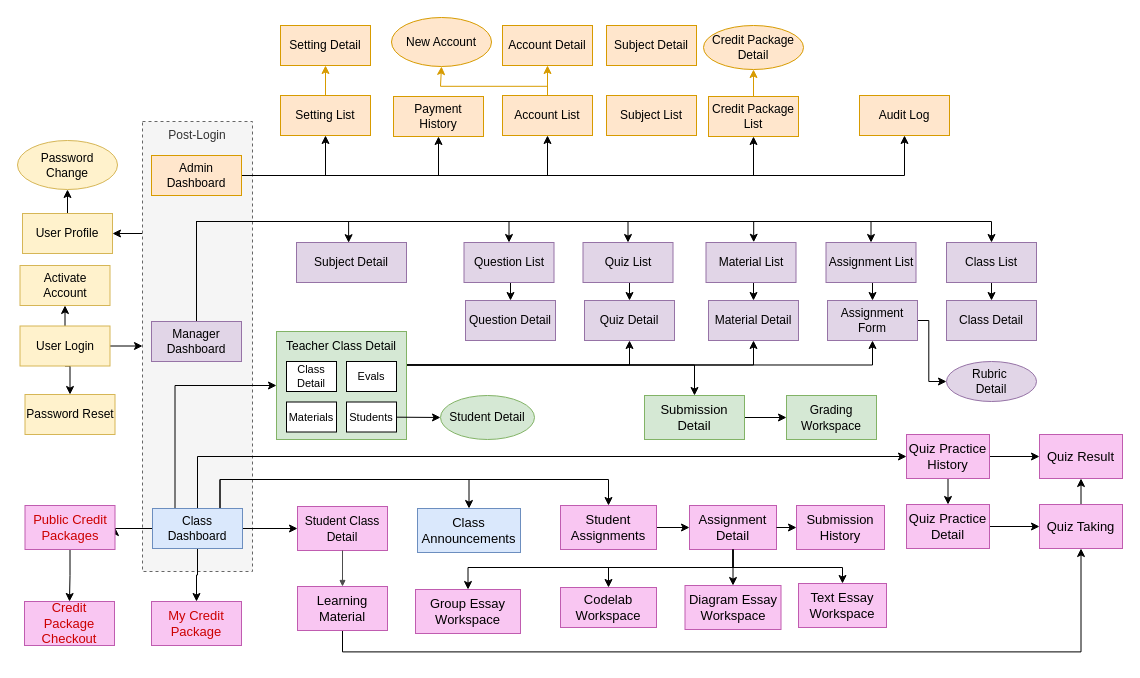
The draw.io diagram page "Page-2" (2 of 2) of docs/G21_Diagrams.drawio in hygef-v4/AI-Powered-Learning-Platform, before the edit. Source tidied: cells renumbered, new cells numbered last; positions are measured from the earlier drawing's top-left corner, leaving out a move shared by most shapes. Both pictures are drawn from the tidied source at 100%, with x=0, y=0 at pixel (17, 17).
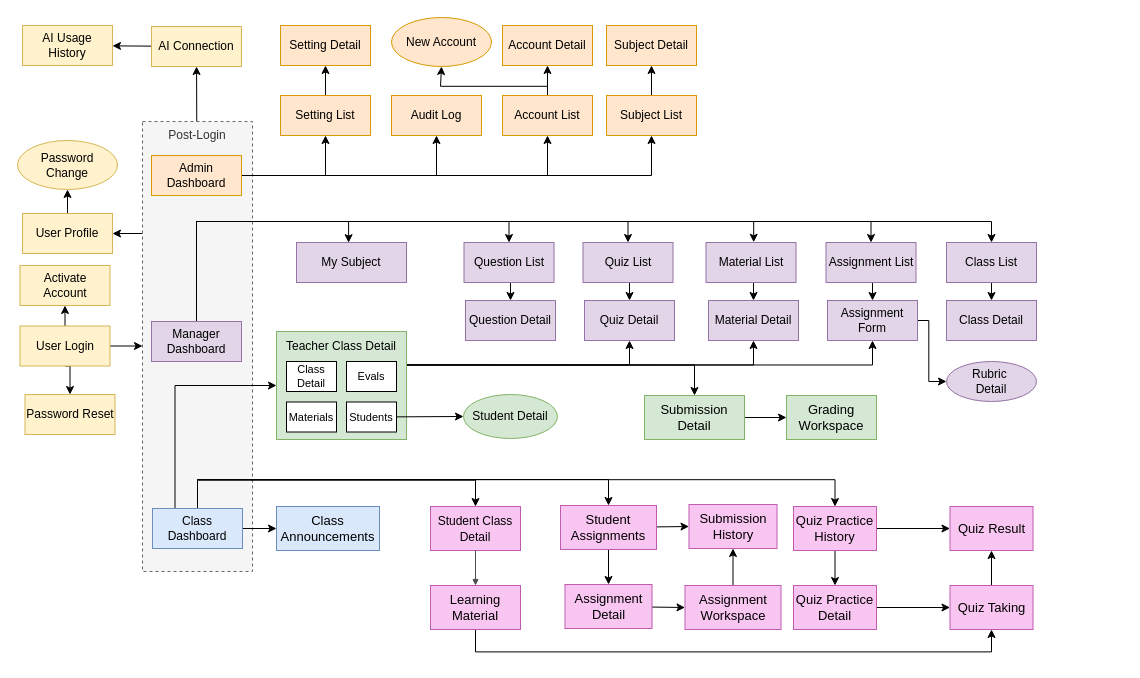
The same diagram, later.

Unchanged cells that the change refers to:
```xml
<mxCell id="8" value="Post-Login" style="rounded=0;whiteSpace=wrap;html=1;verticalAlign=top;dashed=1;points=[[0,0,0,0,0],[0,0.13,0,0,0],[0,0.25,0,0,0],[0,0.38,0,0,0],[0,0.5,0,0,0],[0,0.62,0,0,0],[0,0.75,0,0,0],[0,0.88,0,0,0],[0,1,0,0,0],[0.5,0,0,0,0],[0.5,1,0,0,0],[1,0,0,0,0],[1,0.25,0,0,0],[1,0.5,0,0,0],[1,0.75,0,0,0],[1,1,0,0,0]];fillColor=#f5f5f5;fontColor=#333333;strokeColor=#666666;" parent="1" vertex="1">
  <mxGeometry x="125" y="104" width="110" height="450" as="geometry" />
</mxCell>
<mxCell id="14" value="Admin Dashboard" style="rounded=0;whiteSpace=wrap;html=1;fillColor=#ffe6cc;strokeColor=#d79b00;" parent="1" vertex="1">
  <mxGeometry x="134" y="138" width="90" height="40" as="geometry" />
</mxCell>
<mxCell id="22" value="Class Dashboard" style="rounded=0;whiteSpace=wrap;html=1;fillColor=#dae8fc;strokeColor=#6c8ebf;" parent="1" vertex="1">
  <mxGeometry x="135" y="491" width="90" height="40" as="geometry" />
</mxCell>
<mxCell id="31" value="Setting List" style="rounded=0;whiteSpace=wrap;html=1;fillColor=#ffe6cc;strokeColor=#d79b00;" parent="1" vertex="1">
  <mxGeometry x="263" y="78" width="90" height="40" as="geometry" />
</mxCell>
<mxCell id="32" value="Setting Detail" style="rounded=0;whiteSpace=wrap;html=1;fillColor=#ffe6cc;strokeColor=#d79b00;" parent="1" vertex="1">
  <mxGeometry x="263" y="8" width="90" height="40" as="geometry" />
</mxCell>
<mxCell id="35" value="Account List" style="rounded=0;whiteSpace=wrap;html=1;fillColor=#ffe6cc;strokeColor=#d79b00;" parent="1" vertex="1">
  <mxGeometry x="485" y="78" width="90" height="40" as="geometry" />
</mxCell>
<mxCell id="36" value="Account Detail" style="rounded=0;whiteSpace=wrap;html=1;fillColor=#ffe6cc;strokeColor=#d79b00;" parent="1" vertex="1">
  <mxGeometry x="485" y="8" width="90" height="40" as="geometry" />
</mxCell>
<mxCell id="37" value="New Account" style="ellipse;whiteSpace=wrap;html=1;fillColor=#ffe6cc;strokeColor=#d79b00;" parent="1" vertex="1">
  <mxGeometry x="374" width="100" height="49" as="geometry" />
</mxCell>
<mxCell id="62" value="Student Assignments" style="rounded=0;whiteSpace=wrap;html=1;fillColor=#F9C6F2;strokeColor=#C05CB0;fontSize=13;fontStyle=0;fontColor=#000000;" parent="1" vertex="1">
  <mxGeometry x="543" y="488" width="96" height="44" as="geometry" />
</mxCell>
<mxCell id="109" value="Subject List" style="rounded=0;whiteSpace=wrap;html=1;fillColor=#ffe6cc;strokeColor=#d79b00;" parent="1" vertex="1">
  <mxGeometry x="589" y="78" width="90" height="40" as="geometry" />
</mxCell>
<mxCell id="110" value="Subject Detail" style="rounded=0;whiteSpace=wrap;html=1;fillColor=#ffe6cc;strokeColor=#d79b00;" parent="1" vertex="1">
  <mxGeometry x="589" y="8" width="90" height="40" as="geometry" />
</mxCell>
```

Diff of the diagram source:
```diff
@@
+    <mxCell id="111" style="edgeStyle=none;html=1;" parent="1" edge="1" source="8" target="117">
+      <mxGeometry relative="1" as="geometry" />
+    </mxCell>
@@
-    <mxCell id="11" style="edgeStyle=orthogonalEdgeStyle;rounded=0;jettySize=auto;html=1;exitX=1;exitY=0.5;exitDx=0;exitDy=0;entryX=0.5;entryY=1;entryDx=0;entryDy=0;" parent="1" edge="1" source="14" target="44">
-      <mxGeometry relative="1" as="geometry" />
-    </mxCell>
@@
-    <mxCell id="13" style="edgeStyle=orthogonalEdgeStyle;rounded=0;jettySize=auto;html=1;exitX=1;exitY=0.5;exitDx=0;exitDy=0;entryX=0.5;entryY=1;entryDx=0;entryDy=0;" parent="1" edge="1" source="14" target="39">
-      <mxGeometry relative="1" as="geometry" />
-    </mxCell>
+    <mxCell id="112" style="edgeStyle=orthogonalEdgeStyle;html=1;entryX=0.5;entryY=1;entryDx=0;entryDy=0;rounded=0;curved=0;" parent="1" edge="1" source="14" target="109">
+      <mxGeometry relative="1" as="geometry" />
+    </mxCell>
@@
-    <mxCell id="15" style="edgeStyle=orthogonalEdgeStyle;rounded=0;jettySize=auto;html=1;exitX=1;exitY=0.5;exitDx=0;exitDy=0;entryX=0;entryY=0.5;entryDx=0;entryDy=0;" parent="1" edge="1" source="22" target="57">
-      <mxGeometry relative="1" as="geometry" />
+    <mxCell id="15" style="edgeStyle=orthogonalEdgeStyle;rounded=0;jettySize=auto;html=1;exitX=0.5;exitY=0;exitDx=0;exitDy=0;entryX=0.5;entryY=0;entryDx=0;entryDy=0;" parent="1" edge="1" source="22" target="57">
+      <mxGeometry relative="1" as="geometry">
+        <Array as="points">
+          <mxPoint x="180" y="462.7" />
+          <mxPoint x="458" y="462.7" />
+        </Array>
+      </mxGeometry>
     </mxCell>
-    <mxCell id="16" style="edgeStyle=orthogonalEdgeStyle;rounded=0;jettySize=auto;html=1;exitX=0.75;exitY=0;exitDx=0;exitDy=0;entryX=0.5;entryY=0;entryDx=0;entryDy=0;" parent="1" edge="1" source="22" target="60">
-      <mxGeometry relative="1" as="geometry">
-        <Array as="points">
-          <mxPoint x="203" y="462" />
-          <mxPoint x="451" y="462" />
-        </Array>
-      </mxGeometry>
-    </mxCell>
     <mxCell id="17" style="edgeStyle=orthogonalEdgeStyle;rounded=0;jettySize=auto;html=1;exitX=0.75;exitY=0;exitDx=0;exitDy=0;entryX=0.5;entryY=0;entryDx=0;entryDy=0;" parent="1" edge="1" source="22" target="62">
       <mxGeometry relative="1" as="geometry">
         <Array as="points">
-          <mxPoint x="203" y="462" />
+          <mxPoint x="180" y="491" />
+          <mxPoint x="180" y="462" />
           <mxPoint x="591" y="462" />
         </Array>
       </mxGeometry>
     </mxCell>
@@
-    <mxCell id="19" style="edgeStyle=orthogonalEdgeStyle;rounded=0;jettySize=auto;html=1;exitX=0.5;exitY=0;exitDx=0;exitDy=0;entryX=0;entryY=0.5;entryDx=0;entryDy=0;" parent="1" edge="1" source="22" target="91">
-      <mxGeometry relative="1" as="geometry" />
+    <mxCell id="19" style="edgeStyle=orthogonalEdgeStyle;rounded=0;jettySize=auto;html=1;exitX=0.5;exitY=0;exitDx=0;exitDy=0;entryX=0.5;entryY=0;entryDx=0;entryDy=0;" parent="1" edge="1" source="22" target="91">
+      <mxGeometry relative="1" as="geometry">
+        <Array as="points">
+          <mxPoint x="180" y="462.2" />
+          <mxPoint x="817.5" y="462.2" />
+        </Array>
+      </mxGeometry>
     </mxCell>
-    <mxCell id="20" style="edgeStyle=orthogonalEdgeStyle;rounded=0;jettySize=auto;html=1;exitX=0.5;exitY=1;exitDx=0;exitDy=0;entryX=0.5;entryY=0;entryDx=0;entryDy=0;" parent="1" edge="1" source="22" target="107">
-      <mxGeometry relative="1" as="geometry" />
-    </mxCell>
-    <mxCell id="21" style="edgeStyle=orthogonalEdgeStyle;rounded=0;jettySize=auto;html=1;exitX=0;exitY=0.5;exitDx=0;exitDy=0;entryX=1;entryY=0.5;entryDx=0;entryDy=0;" parent="1" edge="1" source="22" target="105">
-      <mxGeometry relative="1" as="geometry" />
-    </mxCell>
+    <mxCell id="16" style="edgeStyle=none;html=1;" parent="1" edge="1" source="22" target="60">
+      <mxGeometry relative="1" as="geometry" />
+    </mxCell>
@@
-    <mxCell id="30" style="edgeStyle=orthogonalEdgeStyle;rounded=0;jettySize=auto;html=1;exitX=0.5;exitY=0;exitDx=0;exitDy=0;entryX=0.5;entryY=1;entryDx=0;entryDy=0;fillColor=#ffe6cc;strokeColor=#d79b00;" parent="1" edge="1" source="31" target="32">
+    <mxCell id="30" style="edgeStyle=orthogonalEdgeStyle;rounded=0;jettySize=auto;html=1;exitX=0.5;exitY=0;exitDx=0;exitDy=0;entryX=0.5;entryY=1;entryDx=0;entryDy=0;fillColor=#ffe6cc;strokeColor=default;" parent="1" edge="1" source="31" target="32">
       <mxGeometry relative="1" as="geometry" />
     </mxCell>
@@
-    <mxCell id="33" style="edgeStyle=orthogonalEdgeStyle;rounded=0;jettySize=auto;html=1;exitX=0.5;exitY=0;exitDx=0;exitDy=0;entryX=0.5;entryY=1;entryDx=0;entryDy=0;fillColor=#ffe6cc;strokeColor=#d79b00;" parent="1" edge="1" source="35" target="36">
+    <mxCell id="33" style="edgeStyle=orthogonalEdgeStyle;rounded=0;jettySize=auto;html=1;exitX=0.5;exitY=0;exitDx=0;exitDy=0;entryX=0.5;entryY=1;entryDx=0;entryDy=0;fillColor=#ffe6cc;strokeColor=default;" parent="1" edge="1" source="35" target="36">
       <mxGeometry relative="1" as="geometry" />
     </mxCell>
-    <mxCell id="34" style="edgeStyle=orthogonalEdgeStyle;rounded=0;jettySize=auto;html=1;exitX=0.5;exitY=0;exitDx=0;exitDy=0;entryX=0.5;entryY=1;entryDx=0;entryDy=0;fillColor=#ffe6cc;strokeColor=#d79b00;" parent="1" edge="1" source="35" target="37">
+    <mxCell id="34" style="edgeStyle=orthogonalEdgeStyle;rounded=0;jettySize=auto;html=1;exitX=0.5;exitY=0;exitDx=0;exitDy=0;entryX=0.5;entryY=1;entryDx=0;entryDy=0;fillColor=#ffe6cc;strokeColor=default;" parent="1" edge="1" source="35" target="37">
       <mxGeometry relative="1" as="geometry">
         <Array as="points">
           <mxPoint x="530" y="68.8" />
           <mxPoint x="423" y="68.8" />
         </Array>
       </mxGeometry>
     </mxCell>
@@
-    <mxCell id="38" style="edgeStyle=orthogonalEdgeStyle;rounded=0;jettySize=auto;html=1;exitX=0.5;exitY=0;exitDx=0;exitDy=0;entryX=0.5;entryY=1;entryDx=0;entryDy=0;fillColor=#ffe6cc;strokeColor=#d79b00;" parent="1" edge="1" source="39" target="40">
-      <mxGeometry relative="1" as="geometry" />
-    </mxCell>
-    <mxCell id="39" value="Credit Package List" style="rounded=0;whiteSpace=wrap;html=1;fillColor=#ffe6cc;strokeColor=#d79b00;" parent="1" vertex="1">
-      <mxGeometry x="691" y="79" width="90" height="40" as="geometry" />
-    </mxCell>
-    <mxCell id="40" value="Credit Package Detail" style="ellipse;whiteSpace=wrap;html=1;fillColor=#ffe6cc;strokeColor=#d79b00;" parent="1" vertex="1">
-      <mxGeometry x="686" y="8" width="100" height="44" as="geometry" />
-    </mxCell>
@@
-    <mxCell id="44" value="Payment History" style="rounded=0;whiteSpace=wrap;html=1;fillColor=#ffe6cc;strokeColor=#d79b00;" parent="1" vertex="1">
-      <mxGeometry x="376" y="79" width="90" height="40" as="geometry" />
-    </mxCell>
     <mxCell id="45" value="Audit Log" style="rounded=0;whiteSpace=wrap;html=1;fillColor=#ffe6cc;strokeColor=#d79b00;" parent="1" vertex="1">
-      <mxGeometry x="842" y="78" width="90" height="40" as="geometry" />
+      <mxGeometry x="374" y="78" width="90" height="40" as="geometry" />
     </mxCell>
@@
     <mxCell id="49" value="Submission History" style="rounded=0;whiteSpace=wrap;html=1;fillColor=#F9C6F2;strokeColor=#C05CB0;fontSize=13;fontStyle=0;fontColor=#000000;" parent="1" vertex="1">
-      <mxGeometry x="779" y="488" width="88" height="44" as="geometry" />
+      <mxGeometry x="671.5" y="487" width="88" height="44" as="geometry" />
     </mxCell>
+    <mxCell id="66" style="edgeStyle=none;html=1;entryX=0;entryY=0.5;entryDx=0;entryDy=0;" parent="1" edge="1" source="50" target="53">
+      <mxGeometry relative="1" as="geometry" />
+    </mxCell>
     <mxCell id="50" value="Assignment Detail" style="rounded=0;whiteSpace=wrap;html=1;fillColor=#F9C6F2;strokeColor=#C05CB0;fontSize=13;fontStyle=0;fontColor=#000000;" parent="1" vertex="1">
-      <mxGeometry x="672" y="488" width="87" height="44" as="geometry" />
+      <mxGeometry x="547.5" y="567" width="87" height="44" as="geometry" />
     </mxCell>
-    <mxCell id="51" value="Group Essay Workspace" style="rounded=0;whiteSpace=wrap;html=1;fillColor=#F9C6F2;strokeColor=#C05CB0;fontSize=13;fontStyle=0;fontColor=#000000;" parent="1" vertex="1">
-      <mxGeometry x="398" y="572" width="105" height="44" as="geometry" />
-    </mxCell>
-    <mxCell id="52" value="Codelab Workspace" style="rounded=0;whiteSpace=wrap;html=1;fillColor=#F9C6F2;strokeColor=#C05CB0;fontSize=13;fontStyle=0;fontColor=#000000;" parent="1" vertex="1">
-      <mxGeometry x="543" y="570" width="96" height="40" as="geometry" />
-    </mxCell>
+    <mxCell id="113" style="edgeStyle=none;html=1;" parent="1" edge="1" source="53" target="49">
+      <mxGeometry relative="1" as="geometry" />
+    </mxCell>
-    <mxCell id="53" value="Diagram Essay Workspace" style="rounded=0;whiteSpace=wrap;html=1;fillColor=#F9C6F2;strokeColor=#C05CB0;fontSize=13;fontStyle=0;fontColor=#000000;" parent="1" vertex="1">
+    <mxCell id="53" value="Assignment Workspace" style="rounded=0;whiteSpace=wrap;html=1;fillColor=#F9C6F2;strokeColor=#C05CB0;fontSize=13;fontStyle=0;fontColor=#000000;" parent="1" vertex="1">
       <mxGeometry x="667.5" y="568" width="96" height="44" as="geometry" />
     </mxCell>
@@
     <mxCell id="55" value="Quiz Taking" style="rounded=0;whiteSpace=wrap;html=1;fillColor=#F9C6F2;strokeColor=#C05CB0;fontSize=13;fontStyle=0;fontColor=#000000;" parent="1" vertex="1">
-      <mxGeometry x="1022" y="487" width="83" height="44" as="geometry" />
+      <mxGeometry x="932.5" y="568" width="83" height="44" as="geometry" />
     </mxCell>
-    <mxCell id="56" value="Text Essay Workspace" style="rounded=0;whiteSpace=wrap;html=1;fillColor=#F9C6F2;strokeColor=#C05CB0;fontSize=13;fontStyle=0;fontColor=#000000;" parent="1" vertex="1">
-      <mxGeometry x="781" y="566" width="88" height="44" as="geometry" />
-    </mxCell>
     <mxCell id="57" value="&lt;span style=&quot;font-size: 12px; color: rgb(0, 0, 0);&quot;&gt;Student Class Detail&lt;/span&gt;" style="rounded=0;whiteSpace=wrap;html=1;fillColor=#F9C6F2;strokeColor=#C05CB0;fontSize=13;fontStyle=0;fontColor=#000000;" parent="1" vertex="1">
-      <mxGeometry x="280" y="489" width="90" height="44" as="geometry" />
+      <mxGeometry x="413" y="489" width="90" height="44" as="geometry" />
     </mxCell>
-    <mxCell id="58" style="edgeStyle=orthogonalEdgeStyle;html=1;entryX=0.5;entryY=1;entryDx=0;entryDy=0;rounded=0;" parent="1" edge="1" source="59" target="55">
+    <mxCell id="58" style="edgeStyle=orthogonalEdgeStyle;html=1;entryX=0.5;entryY=1;entryDx=0;entryDy=0;rounded=0;exitX=0.5;exitY=1;exitDx=0;exitDy=0;" parent="1" edge="1" source="59" target="55">
       <mxGeometry relative="1" as="geometry">
         <Array as="points">
-          <mxPoint x="325" y="634.4" />
-          <mxPoint x="1063.5" y="634.4" />
+          <mxPoint x="458" y="634.4" />
+          <mxPoint x="974" y="634.4" />
         </Array>
       </mxGeometry>
     </mxCell>
     <mxCell id="59" value="Learning Material" style="rounded=0;whiteSpace=wrap;html=1;fillColor=#F9C6F2;strokeColor=#C05CB0;fontSize=13;fontStyle=0;fontColor=#000000;" parent="1" vertex="1">
-      <mxGeometry x="280" y="569" width="90" height="44" as="geometry" />
+      <mxGeometry x="413" y="568" width="90" height="44" as="geometry" />
     </mxCell>
     <mxCell id="60" value="Class Announcements" style="rounded=0;whiteSpace=wrap;html=1;fillColor=#dae8fc;strokeColor=#6c8ebf;fontSize=13;fontStyle=0;" parent="1" vertex="1">
-      <mxGeometry x="400" y="491" width="103" height="44" as="geometry" />
+      <mxGeometry x="259" y="489" width="103" height="44" as="geometry" />
     </mxCell>
-    <mxCell id="61" style="edgeStyle=orthogonalEdgeStyle;rounded=0;jettySize=auto;html=1;exitX=1;exitY=0.5;exitDx=0;exitDy=0;entryX=0;entryY=0.5;entryDx=0;entryDy=0;" parent="1" edge="1" source="62" target="50">
+    <mxCell id="61" style="edgeStyle=none;html=1;" parent="1" edge="1" source="62" target="50">
       <mxGeometry relative="1" as="geometry" />
     </mxCell>
+    <mxCell id="114" style="edgeStyle=none;html=1;entryX=0;entryY=0.5;entryDx=0;entryDy=0;" parent="1" edge="1" source="62" target="49">
+      <mxGeometry relative="1" as="geometry" />
+    </mxCell>
@@
-    <mxCell id="63" style="edgeStyle=orthogonalEdgeStyle;rounded=0;curved=0;html=1;exitX=1.0;exitY=0.5;exitDx=0;exitDy=0;entryX=0.0;entryY=0.5;entryDx=0;entryDy=0;fontStyle=0;" parent="1" edge="1" source="50" target="49">
-      <mxGeometry relative="1" as="geometry" />
-    </mxCell>
-    <mxCell id="64" style="edgeStyle=orthogonalEdgeStyle;rounded=0;curved=0;html=1;exitX=0.5;exitY=1.0;exitDx=0;exitDy=0;entryX=0.5;entryY=0.0;entryDx=0;entryDy=0;fontStyle=0;" parent="1" edge="1" source="50" target="51">
-      <mxGeometry relative="1" as="geometry">
-        <Array as="points">
-          <mxPoint x="728" y="550" />
-          <mxPoint x="444" y="550" />
-        </Array>
-      </mxGeometry>
-    </mxCell>
-    <mxCell id="65" style="edgeStyle=orthogonalEdgeStyle;rounded=0;curved=0;html=1;exitX=0.5;exitY=1.0;exitDx=0;exitDy=0;entryX=0.5;entryY=0.0;entryDx=0;entryDy=0;fontStyle=0;" parent="1" edge="1" source="50" target="52">
-      <mxGeometry relative="1" as="geometry">
-        <Array as="points">
-          <mxPoint x="728" y="550" />
-          <mxPoint x="579" y="550" />
-        </Array>
-      </mxGeometry>
-    </mxCell>
-    <mxCell id="66" style="edgeStyle=orthogonalEdgeStyle;rounded=0;curved=0;html=1;exitX=0.5;exitY=1.0;exitDx=0;exitDy=0;entryX=0.5;entryY=0.0;entryDx=0;entryDy=0;fontStyle=0;" parent="1" edge="1" source="50" target="53">
-      <mxGeometry relative="1" as="geometry" />
-    </mxCell>
-    <mxCell id="67" style="edgeStyle=orthogonalEdgeStyle;rounded=0;curved=0;html=1;exitX=0.5;exitY=1.0;exitDx=0;exitDy=0;entryX=0.5;entryY=0.0;entryDx=0;entryDy=0;fontStyle=0;" parent="1" edge="1" source="50" target="56">
-      <mxGeometry relative="1" as="geometry">
-        <Array as="points">
-          <mxPoint x="728" y="550" />
-          <mxPoint x="877" y="550" />
-        </Array>
-      </mxGeometry>
-    </mxCell>
@@
-    <mxCell id="69" value="Subject Detail" style="rounded=0;whiteSpace=wrap;html=1;fillColor=#e1d5e7;strokeColor=#9673a6;" parent="1" vertex="1">
+    <mxCell id="69" value="My Subject" style="rounded=0;whiteSpace=wrap;html=1;fillColor=#e1d5e7;strokeColor=#9673a6;" parent="1" vertex="1">
       <mxGeometry x="279" y="225" width="110" height="40" as="geometry" />
     </mxCell>
@@
     <mxCell id="91" value="Quiz Practice History" style="rounded=0;whiteSpace=wrap;html=1;fillColor=#F9C6F2;strokeColor=#C05CB0;fontSize=13;fontStyle=0;fontColor=#000000;" parent="1" vertex="1">
-      <mxGeometry x="889" y="417" width="83" height="44" as="geometry" />
+      <mxGeometry x="776" y="489" width="83" height="44" as="geometry" />
     </mxCell>
@@
     <mxCell id="93" value="Quiz Practice Detail" style="rounded=0;whiteSpace=wrap;html=1;fillColor=#F9C6F2;strokeColor=#C05CB0;fontSize=13;fontStyle=0;fontColor=#000000;" parent="1" vertex="1">
-      <mxGeometry x="889" y="487" width="83" height="44" as="geometry" />
+      <mxGeometry x="776" y="568" width="83" height="44" as="geometry" />
     </mxCell>
     <mxCell id="94" value="Quiz Result" style="rounded=0;whiteSpace=wrap;html=1;fillColor=#F9C6F2;strokeColor=#C05CB0;fontSize=13;fontStyle=0;fontColor=#000000;" parent="1" vertex="1">
-      <mxGeometry x="1022" y="417" width="83" height="44" as="geometry" />
+      <mxGeometry x="932.5" y="489" width="83" height="44" as="geometry" />
     </mxCell>
     <mxCell id="95" value="Student Detail" style="ellipse;whiteSpace=wrap;html=1;fillColor=#d5e8d4;strokeColor=#82b366;" parent="1" vertex="1">
-      <mxGeometry x="423" y="378" width="94" height="44" as="geometry" />
+      <mxGeometry x="446" y="377" width="94" height="44" as="geometry" />
     </mxCell>
@@
-    <mxCell id="98" value="&lt;span style=&quot;font-size: 12px;&quot;&gt;Grading Workspace&lt;/span&gt;" style="rounded=0;whiteSpace=wrap;html=1;fillColor=#d5e8d4;strokeColor=#82b366;fontSize=13;fontStyle=0;" parent="1" vertex="1">
+    <mxCell id="98" value="&lt;font&gt;Grading Workspace&lt;/font&gt;" style="rounded=0;whiteSpace=wrap;html=1;fillColor=#d5e8d4;strokeColor=#82b366;fontSize=13;fontStyle=0;" parent="1" vertex="1">
       <mxGeometry x="769" y="378" width="90" height="44" as="geometry" />
     </mxCell>
@@
-    <mxCell id="104" style="edgeStyle=orthogonalEdgeStyle;rounded=0;jettySize=auto;html=1;exitX=0.5;exitY=1;exitDx=0;exitDy=0;entryX=0.5;entryY=0;entryDx=0;entryDy=0;" parent="1" edge="1" source="105" target="106">
-      <mxGeometry relative="1" as="geometry" />
-    </mxCell>
-    <mxCell id="105" value="Public Credit Packages" style="rounded=0;whiteSpace=wrap;html=1;fillColor=#F9C6F2;strokeColor=#C05CB0;fontSize=13;fontStyle=0;fontColor=#CC0000;" parent="1" vertex="1">
-      <mxGeometry x="7.5" y="488" width="90" height="44" as="geometry" />
-    </mxCell>
-    <mxCell id="106" value="Credit Package Checkout" style="rounded=0;whiteSpace=wrap;html=1;fillColor=#F9C6F2;strokeColor=#C05CB0;fontSize=13;fontStyle=0;fontColor=#CC0000;" parent="1" vertex="1">
-      <mxGeometry x="7" y="584" width="90" height="44" as="geometry" />
-    </mxCell>
-    <mxCell id="107" value="My Credit Package" style="rounded=0;whiteSpace=wrap;html=1;fillColor=#F9C6F2;strokeColor=#C05CB0;fontSize=13;fontStyle=0;fontColor=#CC0000;" parent="1" vertex="1">
-      <mxGeometry x="134" y="584" width="90" height="44" as="geometry" />
-    </mxCell>
@@
+    <mxCell id="115" style="edgeStyle=none;html=1;entryX=0.5;entryY=1;entryDx=0;entryDy=0;" parent="1" edge="1" source="109" target="110">
+      <mxGeometry relative="1" as="geometry" />
+    </mxCell>
@@
+    <mxCell id="116" style="edgeStyle=none;html=1;" parent="1" edge="1" source="117" target="118">
+      <mxGeometry relative="1" as="geometry" />
+    </mxCell>
+    <mxCell id="117" value="AI Connection" style="rounded=0;whiteSpace=wrap;html=1;fillColor=#fff2cc;strokeColor=#d6b656;" parent="1" vertex="1">
+      <mxGeometry x="134" y="9" width="90" height="40" as="geometry" />
+    </mxCell>
+    <mxCell id="118" value="AI Usage History" style="rounded=0;whiteSpace=wrap;html=1;fillColor=#fff2cc;strokeColor=#d6b656;" parent="1" vertex="1">
+      <mxGeometry x="5" y="8" width="90" height="40" as="geometry" />
+    </mxCell>
```
